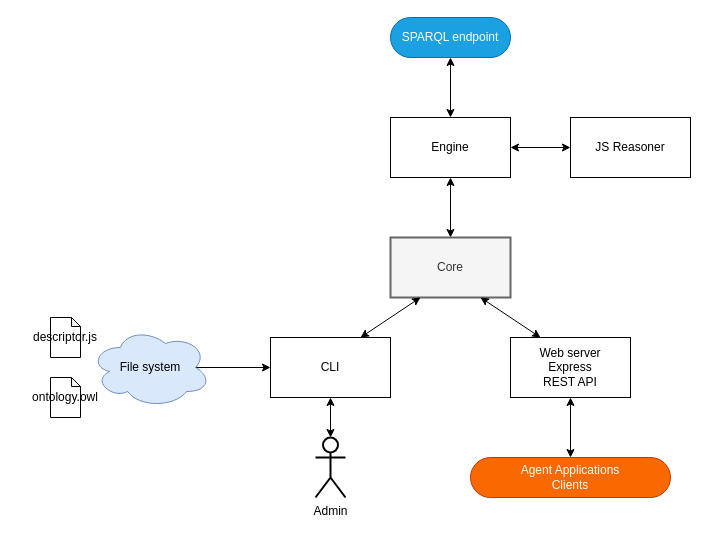
valooford/OntoNet-CPN keeps this draw.io diagram as page "ontonet-server" (1 of 2) of docs/System-Architecture.drawio. Above is the earlier version. Source tidied: cells renumbered, new cells numbered last; positions are measured from the earlier drawing's top-left corner, leaving out a move shared by most shapes. Both pictures are drawn from the tidied source at 100%, with x=0, y=0 at pixel (50, 17).
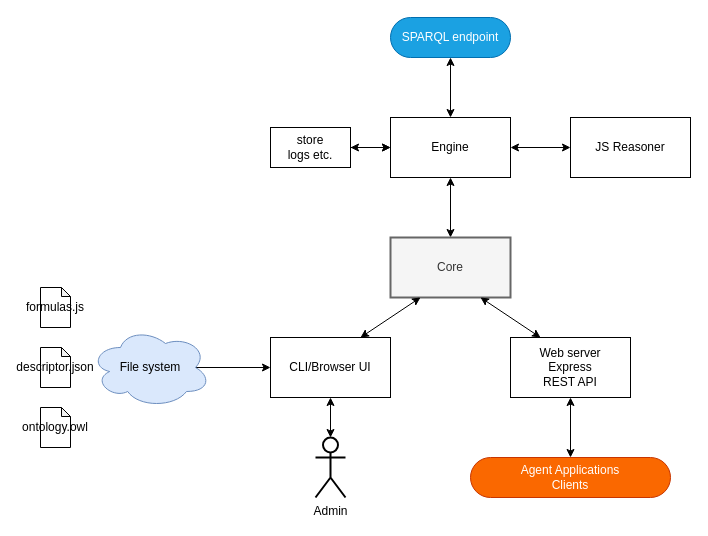
The same page after the edit.

The change refers to these unchanged cells:
```xml
<mxCell id="20" value="Engine" style="rounded=0;whiteSpace=wrap;html=1;" parent="1" vertex="1">
  <mxGeometry x="340" y="100" width="120" height="60" as="geometry" />
</mxCell>
```

Change to the diagram source:
```diff
@@
-    <mxCell id="5" value="descriptor.js" style="shape=note;whiteSpace=wrap;html=1;backgroundOutline=1;darkOpacity=0.05;strokeWidth=1;size=9;" parent="1" vertex="1">
-      <mxGeometry y="300" width="30" height="40" as="geometry" />
+    <mxCell id="5" value="descriptor.json" style="shape=note;whiteSpace=wrap;html=1;backgroundOutline=1;darkOpacity=0.05;strokeWidth=1;size=9;" parent="1" vertex="1">
+      <mxGeometry x="-10" y="330" width="30" height="40" as="geometry" />
     </mxCell>
@@
-    <mxCell id="8" value="CLI" style="rounded=0;whiteSpace=wrap;html=1;" parent="1" vertex="1">
+    <mxCell id="8" value="CLI/Browser UI" style="rounded=0;whiteSpace=wrap;html=1;" parent="1" vertex="1">
       <mxGeometry x="220" y="320" width="120" height="60" as="geometry" />
     </mxCell>
@@
     <mxCell id="17" value="ontology.owl" style="shape=note;whiteSpace=wrap;html=1;backgroundOutline=1;darkOpacity=0.05;strokeWidth=1;size=9;" parent="1" vertex="1">
-      <mxGeometry y="360" width="30" height="40" as="geometry" />
+      <mxGeometry x="-10" y="390" width="30" height="40" as="geometry" />
     </mxCell>
@@
+    <mxCell id="21" value="formulas.js" style="shape=note;whiteSpace=wrap;html=1;backgroundOutline=1;darkOpacity=0.05;strokeWidth=1;size=9;" parent="1" vertex="1">
+      <mxGeometry x="-10" y="270" width="30" height="40" as="geometry" />
+    </mxCell>
+    <mxCell id="22" style="edgeStyle=orthogonalEdgeStyle;rounded=0;jettySize=auto;html=1;exitX=1;exitY=0.5;exitDx=0;exitDy=0;entryX=0;entryY=0.5;entryDx=0;entryDy=0;" parent="1" edge="1" source="24" target="20">
+      <mxGeometry relative="1" as="geometry" />
+    </mxCell>
+    <mxCell id="23" style="edgeStyle=orthogonalEdgeStyle;rounded=0;jettySize=auto;html=1;startArrow=classic;startFill=1;" parent="1" edge="1" source="24" target="20">
+      <mxGeometry relative="1" as="geometry" />
+    </mxCell>
+    <mxCell id="24" value="store&lt;br&gt;logs etc." style="rounded=0;whiteSpace=wrap;html=1;" parent="1" vertex="1">
+      <mxGeometry x="220" y="110" width="80" height="40" as="geometry" />
+    </mxCell>
```
